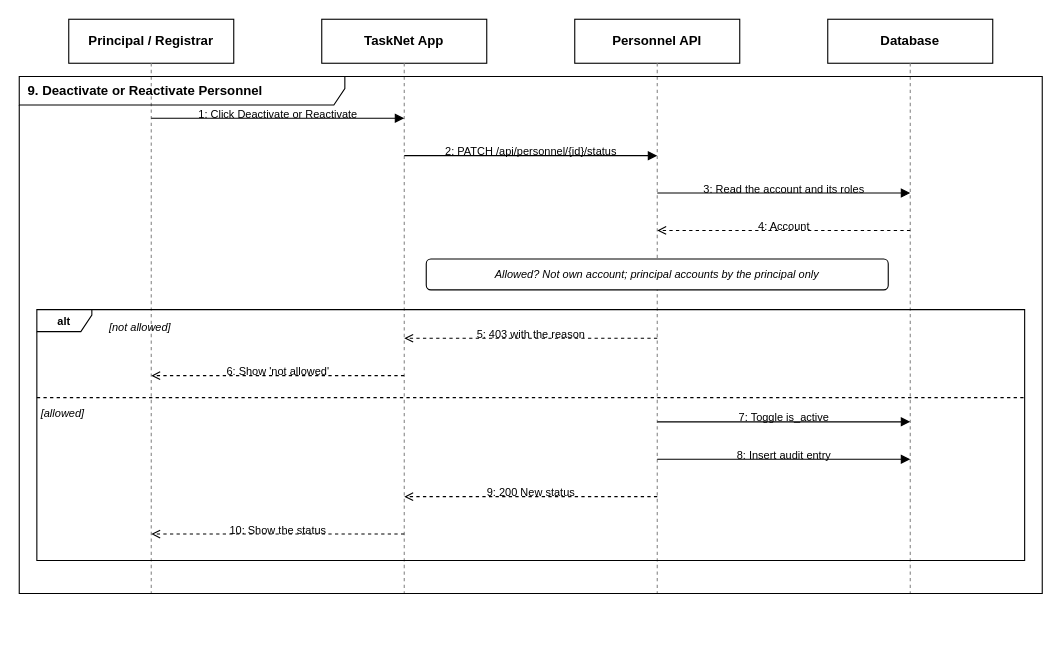
Before: page "9. Deactivate or Reactivate Personnel" (9 of 14) of docs/TaskNet_Personnel_Sequence.drawio in sjekob/Task-and-Event-Management-System, a draw.io diagram. Source tidied: cells renumbered, new cells numbered last; positions are measured from the earlier drawing's top-left corner, leaving out a move shared by most shapes. Both pictures are drawn from the tidied source at 110%, with x=0, y=0 at pixel (19, 19).
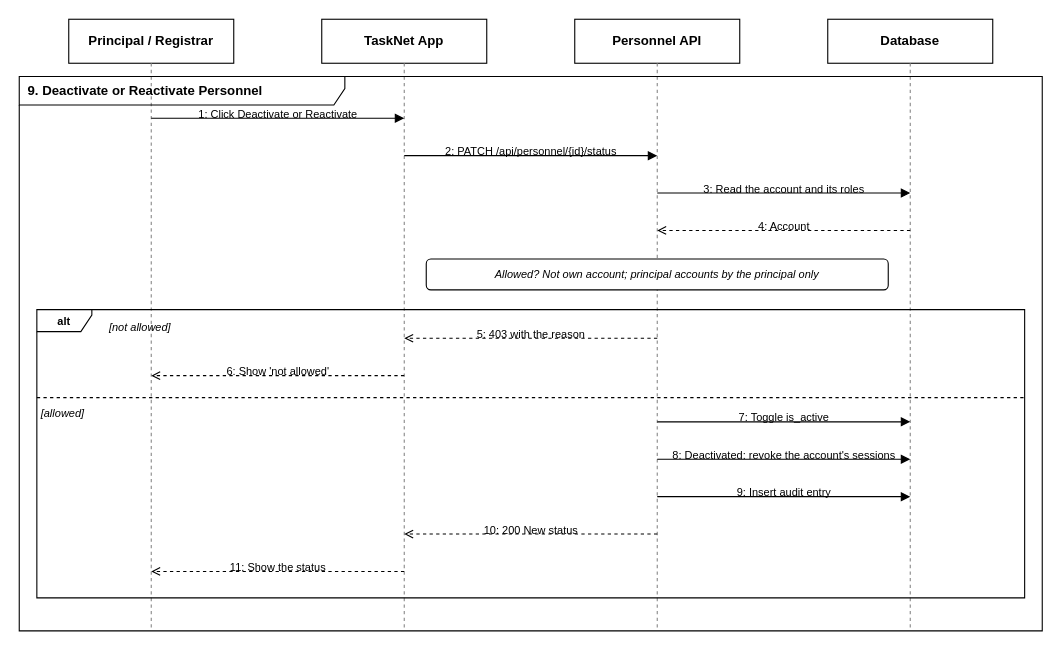
The same page after the edit.

What changed in the source:
```diff
@@
-    <mxCell id="2" value="Principal / Registrar" style="rounded=0;whiteSpace=wrap;html=1;fillColor=#ffffff;strokeColor=#000000;fontColor=#000000;fontStyle=1;fontSize=12;" parent="1" vertex="1">
-      <mxGeometry x="45" width="150" height="40" as="geometry" />
-    </mxCell>
-    <mxCell id="3" style="endArrow=none;dashed=1;html=1;strokeColor=#888888;" parent="1" edge="1">
-      <mxGeometry relative="1" as="geometry">
-        <mxPoint x="120" y="40" as="sourcePoint" />
-        <mxPoint x="120" y="522" as="targetPoint" />
-      </mxGeometry>
-    </mxCell>
-    <mxCell id="4" value="TaskNet App" style="rounded=0;whiteSpace=wrap;html=1;fillColor=#ffffff;strokeColor=#000000;fontColor=#000000;fontStyle=1;fontSize=12;" parent="1" vertex="1">
-      <mxGeometry x="275" width="150" height="40" as="geometry" />
+    <mxCell id="4" value="Principal / Registrar" style="rounded=0;whiteSpace=wrap;html=1;fillColor=#ffffff;strokeColor=#000000;fontColor=#000000;fontStyle=1;fontSize=12;" parent="1" vertex="1">
+      <mxGeometry x="45" width="150" height="40" as="geometry" />
     </mxCell>
     <mxCell id="5" style="endArrow=none;dashed=1;html=1;strokeColor=#888888;" parent="1" edge="1">
       <mxGeometry relative="1" as="geometry">
-        <mxPoint x="350" y="40" as="sourcePoint" />
-        <mxPoint x="350" y="522" as="targetPoint" />
+        <mxPoint x="120" y="40" as="sourcePoint" />
+        <mxPoint x="120" y="556" as="targetPoint" />
       </mxGeometry>
     </mxCell>
-    <mxCell id="6" value="Personnel API" style="rounded=0;whiteSpace=wrap;html=1;fillColor=#ffffff;strokeColor=#000000;fontColor=#000000;fontStyle=1;fontSize=12;" parent="1" vertex="1">
-      <mxGeometry x="505" width="150" height="40" as="geometry" />
+    <mxCell id="6" value="TaskNet App" style="rounded=0;whiteSpace=wrap;html=1;fillColor=#ffffff;strokeColor=#000000;fontColor=#000000;fontStyle=1;fontSize=12;" parent="1" vertex="1">
+      <mxGeometry x="275" width="150" height="40" as="geometry" />
     </mxCell>
     <mxCell id="7" style="endArrow=none;dashed=1;html=1;strokeColor=#888888;" parent="1" edge="1">
       <mxGeometry relative="1" as="geometry">
-        <mxPoint x="580" y="40" as="sourcePoint" />
-        <mxPoint x="580" y="522" as="targetPoint" />
+        <mxPoint x="350" y="40" as="sourcePoint" />
+        <mxPoint x="350" y="556" as="targetPoint" />
       </mxGeometry>
     </mxCell>
-    <mxCell id="8" value="Database" style="rounded=0;whiteSpace=wrap;html=1;fillColor=#ffffff;strokeColor=#000000;fontColor=#000000;fontStyle=1;fontSize=12;" parent="1" vertex="1">
-      <mxGeometry x="735" width="150" height="40" as="geometry" />
+    <mxCell id="8" value="Personnel API" style="rounded=0;whiteSpace=wrap;html=1;fillColor=#ffffff;strokeColor=#000000;fontColor=#000000;fontStyle=1;fontSize=12;" parent="1" vertex="1">
+      <mxGeometry x="505" width="150" height="40" as="geometry" />
     </mxCell>
     <mxCell id="9" style="endArrow=none;dashed=1;html=1;strokeColor=#888888;" parent="1" edge="1">
       <mxGeometry relative="1" as="geometry">
-        <mxPoint x="810" y="40" as="sourcePoint" />
-        <mxPoint x="810" y="522" as="targetPoint" />
+        <mxPoint x="580" y="40" as="sourcePoint" />
+        <mxPoint x="580" y="556" as="targetPoint" />
       </mxGeometry>
     </mxCell>
-    <mxCell id="10" value="9. Deactivate or Reactivate Personnel" style="shape=umlFrame;whiteSpace=wrap;html=1;width=296;height=26;fillColor=none;strokeColor=#000000;fontColor=#000000;fontSize=12;fontStyle=1;align=left;spacingLeft=6;" parent="1" vertex="1">
-      <mxGeometry y="52" width="930" height="470" as="geometry" />
+    <mxCell id="10" value="Database" style="rounded=0;whiteSpace=wrap;html=1;fillColor=#ffffff;strokeColor=#000000;fontColor=#000000;fontStyle=1;fontSize=12;" parent="1" vertex="1">
+      <mxGeometry x="735" width="150" height="40" as="geometry" />
     </mxCell>
+    <mxCell id="36" style="endArrow=none;dashed=1;html=1;strokeColor=#888888;" parent="1" edge="1">
+      <mxGeometry relative="1" as="geometry">
+        <mxPoint x="810" y="40" as="sourcePoint" />
+        <mxPoint x="810" y="556" as="targetPoint" />
+      </mxGeometry>
+    </mxCell>
+    <mxCell id="37" value="9. Deactivate or Reactivate Personnel" style="shape=umlFrame;whiteSpace=wrap;html=1;width=296;height=26;fillColor=none;strokeColor=#000000;fontColor=#000000;fontSize=12;fontStyle=1;align=left;spacingLeft=6;" parent="1" vertex="1">
+      <mxGeometry y="52" width="930" height="504" as="geometry" />
+    </mxCell>
@@
-    <mxCell id="29" value="8: Insert audit entry" style="text;html=1;fontColor=#000000;fontSize=10;align=center;whiteSpace=nowrap;" parent="1" vertex="1">
+    <mxCell id="29" value="8: Deactivated: revoke the account's sessions" style="text;html=1;fontColor=#000000;fontSize=10;align=center;whiteSpace=nowrap;" parent="1" vertex="1">
       <mxGeometry x="580" y="384" width="230" height="14" as="geometry" />
     </mxCell>
-    <mxCell id="30" style="edgeStyle=none;html=1;strokeColor=#000000;endSize=6;dashed=1;endArrow=open;endFill=0;" parent="1" edge="1">
+    <mxCell id="30" style="edgeStyle=none;html=1;strokeColor=#000000;endSize=6;endArrow=block;endFill=1;" parent="1" edge="1">
       <mxGeometry relative="1" as="geometry">
         <mxPoint x="580" y="434" as="sourcePoint" />
-        <mxPoint x="350" y="434" as="targetPoint" />
+        <mxPoint x="810" y="434" as="targetPoint" />
       </mxGeometry>
     </mxCell>
-    <mxCell id="31" value="9: 200 New status" style="text;html=1;fontColor=#000000;fontSize=10;align=center;whiteSpace=nowrap;" parent="1" vertex="1">
-      <mxGeometry x="350" y="418" width="230" height="14" as="geometry" />
+    <mxCell id="31" value="9: Insert audit entry" style="text;html=1;fontColor=#000000;fontSize=10;align=center;whiteSpace=nowrap;" parent="1" vertex="1">
+      <mxGeometry x="580" y="418" width="230" height="14" as="geometry" />
     </mxCell>
     <mxCell id="32" style="edgeStyle=none;html=1;strokeColor=#000000;endSize=6;dashed=1;endArrow=open;endFill=0;" parent="1" edge="1">
       <mxGeometry relative="1" as="geometry">
-        <mxPoint x="350" y="468" as="sourcePoint" />
-        <mxPoint x="120" y="468" as="targetPoint" />
+        <mxPoint x="580" y="468" as="sourcePoint" />
+        <mxPoint x="350" y="468" as="targetPoint" />
       </mxGeometry>
     </mxCell>
-    <mxCell id="33" value="10: Show the status" style="text;html=1;fontColor=#000000;fontSize=10;align=center;whiteSpace=nowrap;" parent="1" vertex="1">
-      <mxGeometry x="120" y="452" width="230" height="14" as="geometry" />
+    <mxCell id="33" value="10: 200 New status" style="text;html=1;fontColor=#000000;fontSize=10;align=center;whiteSpace=nowrap;" parent="1" vertex="1">
+      <mxGeometry x="350" y="452" width="230" height="14" as="geometry" />
     </mxCell>
-    <mxCell id="34" value="alt" style="shape=umlFrame;whiteSpace=wrap;html=1;width=50;height=20;fillColor=none;strokeColor=#000000;fontColor=#000000;fontSize=10;fontStyle=1;" parent="1" vertex="1">
-      <mxGeometry x="16" y="264" width="898" height="228" as="geometry" />
+    <mxCell id="34" style="edgeStyle=none;html=1;strokeColor=#000000;endSize=6;dashed=1;endArrow=open;endFill=0;" parent="1" edge="1">
+      <mxGeometry relative="1" as="geometry">
+        <mxPoint x="350" y="502" as="sourcePoint" />
+        <mxPoint x="120" y="502" as="targetPoint" />
+      </mxGeometry>
     </mxCell>
-    <mxCell id="35" style="endArrow=none;dashed=1;html=1;strokeColor=#000000;" parent="1" edge="1">
-      <mxGeometry relative="1" as="geometry">
-        <mxPoint x="16" y="344" as="sourcePoint" />
-        <mxPoint x="914" y="344" as="targetPoint" />
-      </mxGeometry>
+    <mxCell id="35" value="11: Show the status" style="text;html=1;fontColor=#000000;fontSize=10;align=center;whiteSpace=nowrap;" parent="1" vertex="1">
+      <mxGeometry x="120" y="486" width="230" height="14" as="geometry" />
     </mxCell>
+    <mxCell id="2" value="alt" style="shape=umlFrame;whiteSpace=wrap;html=1;width=50;height=20;fillColor=none;strokeColor=#000000;fontColor=#000000;fontSize=10;fontStyle=1;" parent="1" vertex="1">
+      <mxGeometry x="16" y="264" width="898" height="262" as="geometry" />
+    </mxCell>
+    <mxCell id="3" style="endArrow=none;dashed=1;html=1;strokeColor=#000000;" parent="1" edge="1">
+      <mxGeometry relative="1" as="geometry">
+        <mxPoint x="16" y="344" as="sourcePoint" />
+        <mxPoint x="914" y="344" as="targetPoint" />
+      </mxGeometry>
+    </mxCell>
```
